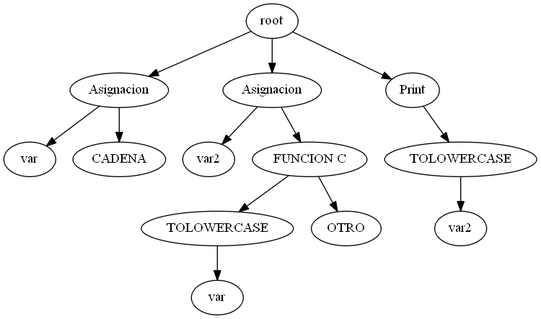
This is SoftwareArit/AST.png from EverChicas/ARIT, a Graphviz export, as it was before one commit. Its source is kept beside it as SoftwareArit/AST.dot.
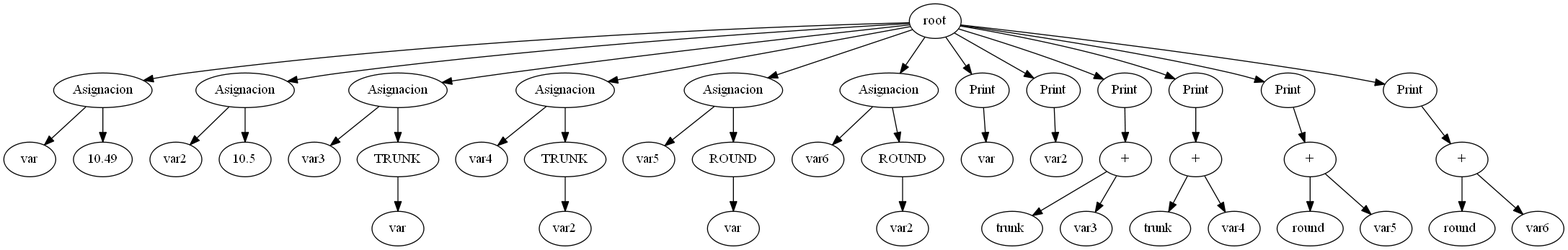
Above is the later version.

Commit message:
trunk y round

Diff of the diagram source:
```diff
@@ -1,31 +1,99 @@
 digraph G{
 rankir=TD;
-13 [label = "root"];
+43 [label = "root"];
 2 [label = "var"];
 3 [label = "Asignacion"];
 3 -> 2;
-1 [label = "CADENA"];
+1 [label = "10.49"];
 3 [label = "Asignacion"];
 3 -> 1;
-8 [label = "var2"];
-9 [label = "Asignacion"];
-9 -> 8;
-7[label = "FUNCION C"];
-5[label = "TOLOWERCASE"];
-4 [label = "var"];
-5 -> 4;
-6 [label = "OTRO"];
-7 -> 5;
-7 -> 6;
-9 [label = "Asignacion"];
-9 -> 7;
-11[label = "TOLOWERCASE"];
-10 [label = "var2"];
-11 -> 10;
-12 [label = "Print"];
+5 [label = "var2"];
+6 [label = "Asignacion"];
+6 -> 5;
+4 [label = "10.5"];
+6 [label = "Asignacion"];
+6 -> 4;
+9 [label = "var3"];
+10 [label = "Asignacion"];
+10 -> 9;
+8[label = "TRUNK"];
+7 [label = "var"];
+8 -> 7;
+10 [label = "Asignacion"];
+10 -> 8;
+13 [label = "var4"];
+14 [label = "Asignacion"];
+14 -> 13;
+12[label = "TRUNK"];
+11 [label = "var2"];
 12 -> 11;
-13 -> 3;
-13 -> 9;
-13 -> 12;
+14 [label = "Asignacion"];
+14 -> 12;
+17 [label = "var5"];
+18 [label = "Asignacion"];
+18 -> 17;
+16[label = "ROUND"];
+15 [label = "var"];
+16 -> 15;
+18 [label = "Asignacion"];
+18 -> 16;
+21 [label = "var6"];
+22 [label = "Asignacion"];
+22 -> 21;
+20[label = "ROUND"];
+19 [label = "var2"];
+20 -> 19;
+22 [label = "Asignacion"];
+22 -> 20;
+23 [label = "var"];
+24 [label = "Print"];
+24 -> 23;
+25 [label = "var2"];
+26 [label = "Print"];
+26 -> 25;
+27 [label = "trunk "];
+29 [label = "+"];
+29 -> 27;
+28 [label = "var3"];
+29 [label = "+"];
+29 -> 28;
+30 [label = "Print"];
+30 -> 29;
+31 [label = "trunk "];
+33 [label = "+"];
+33 -> 31;
+32 [label = "var4"];
+33 [label = "+"];
+33 -> 32;
+34 [label = "Print"];
+34 -> 33;
+35 [label = "round "];
+37 [label = "+"];
+37 -> 35;
+36 [label = "var5"];
+37 [label = "+"];
+37 -> 36;
+38 [label = "Print"];
+38 -> 37;
+39 [label = "round "];
+41 [label = "+"];
+41 -> 39;
+40 [label = "var6"];
+41 [label = "+"];
+41 -> 40;
+42 [label = "Print"];
+42 -> 41;
+43 -> 3;
+43 -> 6;
+43 -> 10;
+43 -> 14;
+43 -> 18;
+43 -> 22;
+43 -> 24;
+43 -> 26;
+43 -> 30;
+43 -> 34;
+43 -> 38;
+43 -> 42;
 
 }
```
